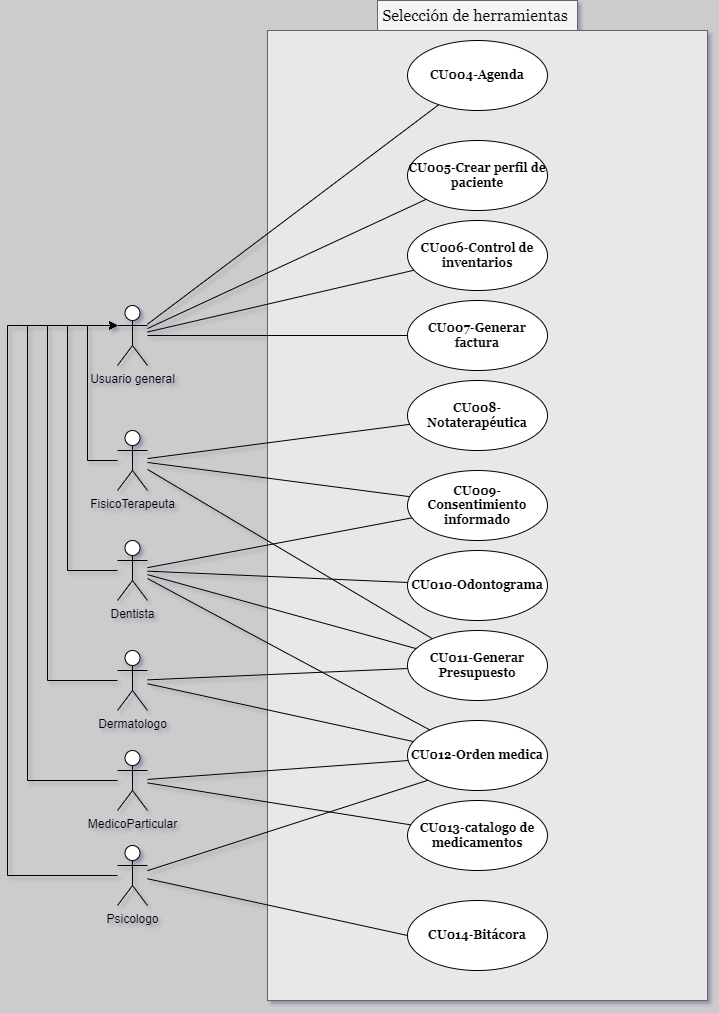
This is DiagraCasosDeUso/SeleccionDeHerramientas.drawio.png from CH3MOO/SpecialityX, a draw.io export, as it was before one commit. Source tidied: cells renumbered, new cells last; positions are measured from the earlier drawing's top-left corner, leaving out a move shared by most shapes.
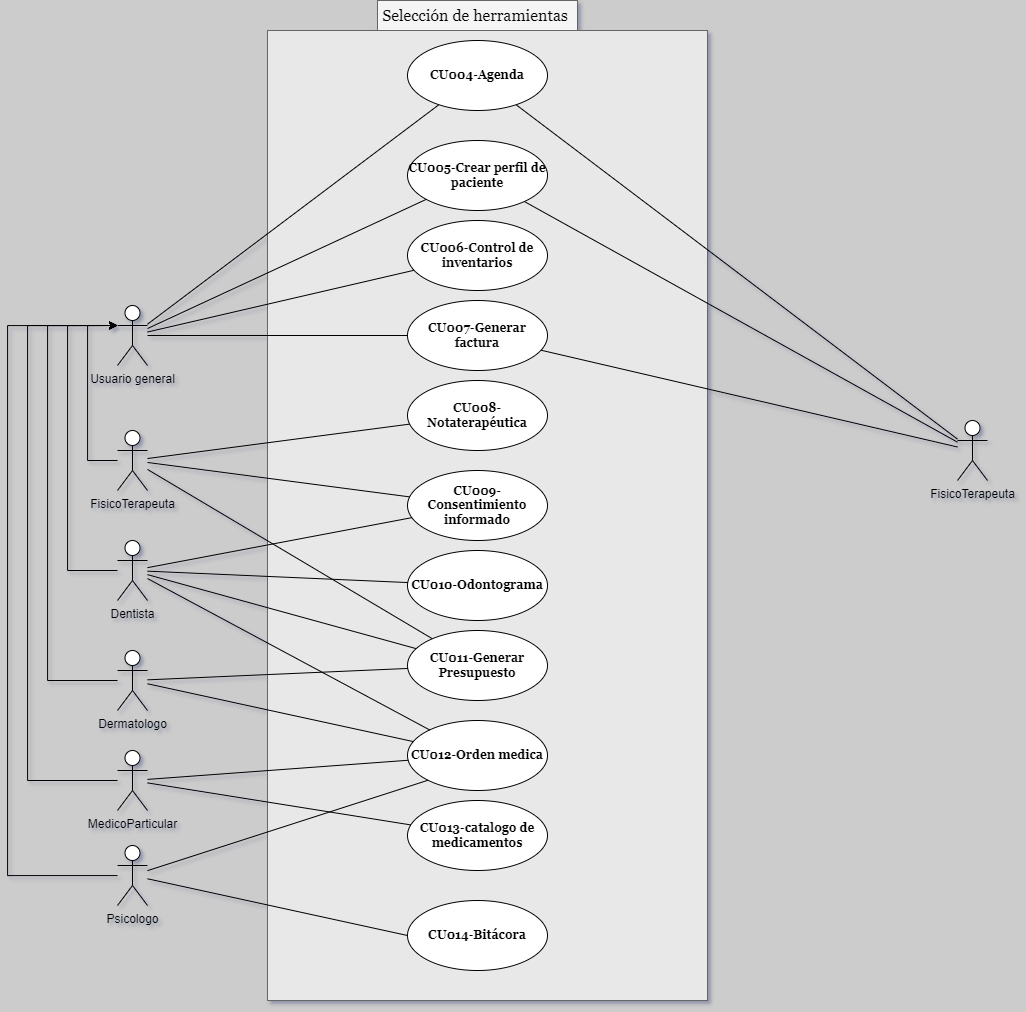
The same file after the commit.

Change to the diagram source:
```diff
@@ -150,5 +150,17 @@
     <mxCell id="42" style="endArrow=none;html=1;rounded=0;" parent="1" edge="1" source="6" target="40">
       <mxGeometry relative="1" as="geometry" />
     </mxCell>
+    <mxCell id="43" value="FisicoTerapeuta" style="shape=umlActor;verticalLabelPosition=bottom;verticalAlign=top;html=1;" parent="1" vertex="1">
+      <mxGeometry x="950" y="420" width="30" height="60" as="geometry" />
+    </mxCell>
+    <mxCell id="44" style="endArrow=none;html=1;rounded=0;" parent="1" edge="1" source="43" target="11">
+      <mxGeometry relative="1" as="geometry" />
+    </mxCell>
+    <mxCell id="45" style="endArrow=none;html=1;rounded=0;" parent="1" edge="1" source="43" target="14">
+      <mxGeometry relative="1" as="geometry" />
+    </mxCell>
+    <mxCell id="46" style="endArrow=none;html=1;rounded=0;" parent="1" edge="1" source="43" target="12">
+      <mxGeometry relative="1" as="geometry" />
+    </mxCell>
   </root>
 </mxGraphModel>
```
